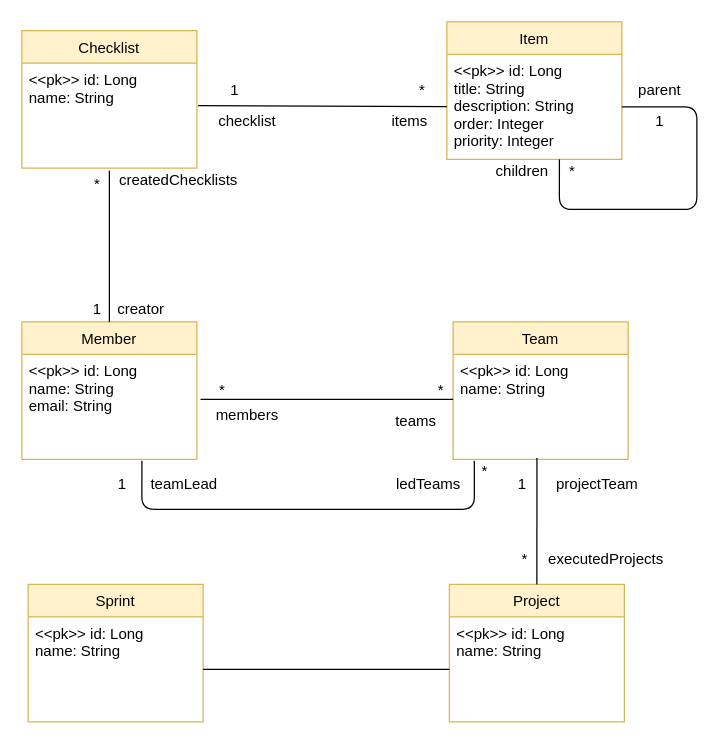
The draw.io diagram classDiagram.drawio in thiagoferrax/mychecklist, before the edit. Source tidied: cells renumbered, new cells numbered last; positions are measured from the earlier drawing's top-left corner, leaving out a move shared by most shapes. Both pictures are drawn from the tidied source at 125%, with x=0, y=0 at pixel (21, 21).
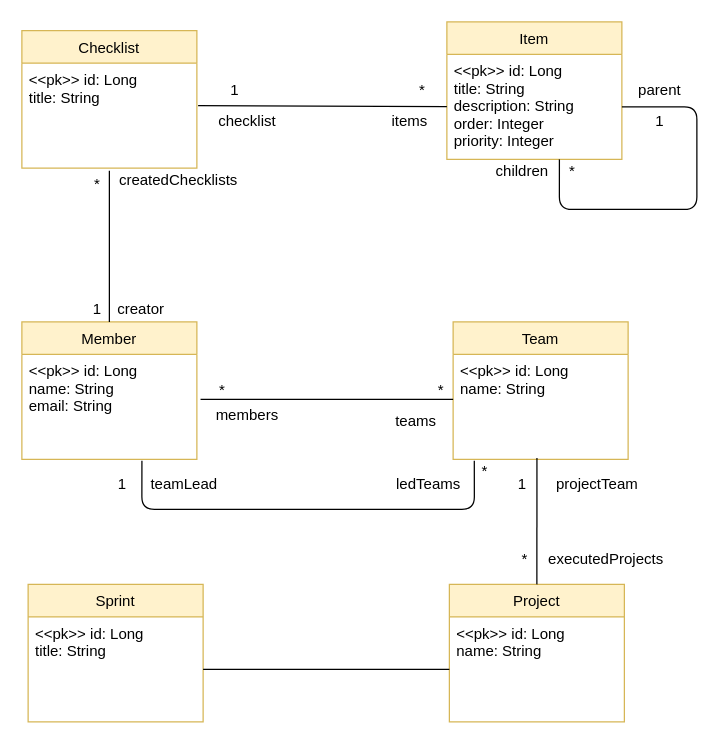
The same diagram, later.

Commit message (it also covers changes not shown here):
Reviewing and updating the class diagram.

The change refers to these unchanged cells:
```xml
<mxCell id="2" value="Checklist" style="swimlane;fontStyle=0;horizontal=1;startSize=26;fillColor=#fff2cc;strokeColor=#d6b656;" parent="1" vertex="1">
  <mxGeometry y="7" width="140" height="110" as="geometry" />
</mxCell>
<mxCell id="42" value="Sprint" style="swimlane;fontStyle=0;horizontal=1;startSize=26;fillColor=#fff2cc;strokeColor=#d6b656;" parent="1" vertex="1">
  <mxGeometry x="5" y="450" width="140" height="110" as="geometry" />
</mxCell>
```

The edit, as a diff of the source:
```diff
@@
-    <mxCell id="3" value="&lt;&lt;pk&gt;&gt; id: Long&#10;name: String&#10;&#10;&#10;&#10; " style="text;strokeColor=none;fillColor=none;align=left;verticalAlign=top;spacingLeft=4;spacingRight=4;overflow=hidden;points=[[0,0.5],[1,0.5]];portConstraint=eastwest;" parent="2" vertex="1">
+    <mxCell id="3" value="&lt;&lt;pk&gt;&gt; id: Long&#10;title: String&#10;&#10;&#10;&#10; " style="text;strokeColor=none;fillColor=none;align=left;verticalAlign=top;spacingLeft=4;spacingRight=4;overflow=hidden;points=[[0,0.5],[1,0.5]];portConstraint=eastwest;" parent="2" vertex="1">
       <mxGeometry y="26" width="140" height="84" as="geometry" />
     </mxCell>
@@
-    <mxCell id="43" value="&lt;&lt;pk&gt;&gt; id: Long&#10;name: String&#10;&#10;&#10; " style="text;strokeColor=none;fillColor=none;align=left;verticalAlign=top;spacingLeft=4;spacingRight=4;overflow=hidden;points=[[0,0.5],[1,0.5]];portConstraint=eastwest;" parent="42" vertex="1">
+    <mxCell id="43" value="&lt;&lt;pk&gt;&gt; id: Long&#10;title: String&#10;&#10;&#10; " style="text;strokeColor=none;fillColor=none;align=left;verticalAlign=top;spacingLeft=4;spacingRight=4;overflow=hidden;points=[[0,0.5],[1,0.5]];portConstraint=eastwest;" parent="42" vertex="1">
       <mxGeometry y="26" width="140" height="84" as="geometry" />
     </mxCell>
```
